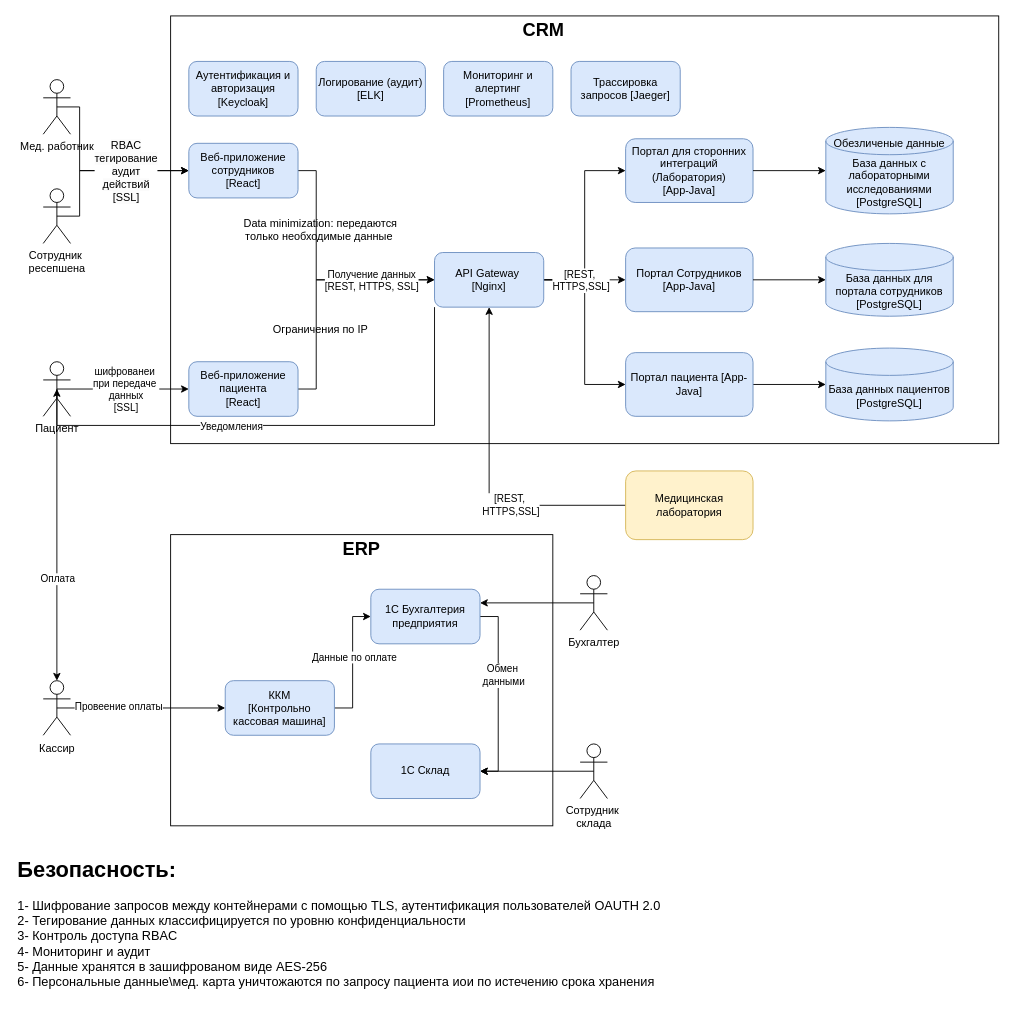
dronmiem/architecture-sprint-10 keeps this draw.io diagram as Exc2/c4 ToBe.drawio. Above is the earlier version. Source tidied: cells renumbered, new cells numbered last; positions are measured from the earlier drawing's top-left corner, leaving out a move shared by most shapes. Both pictures are drawn from the tidied source at 91%, with x=0, y=0 at pixel (15, 15).
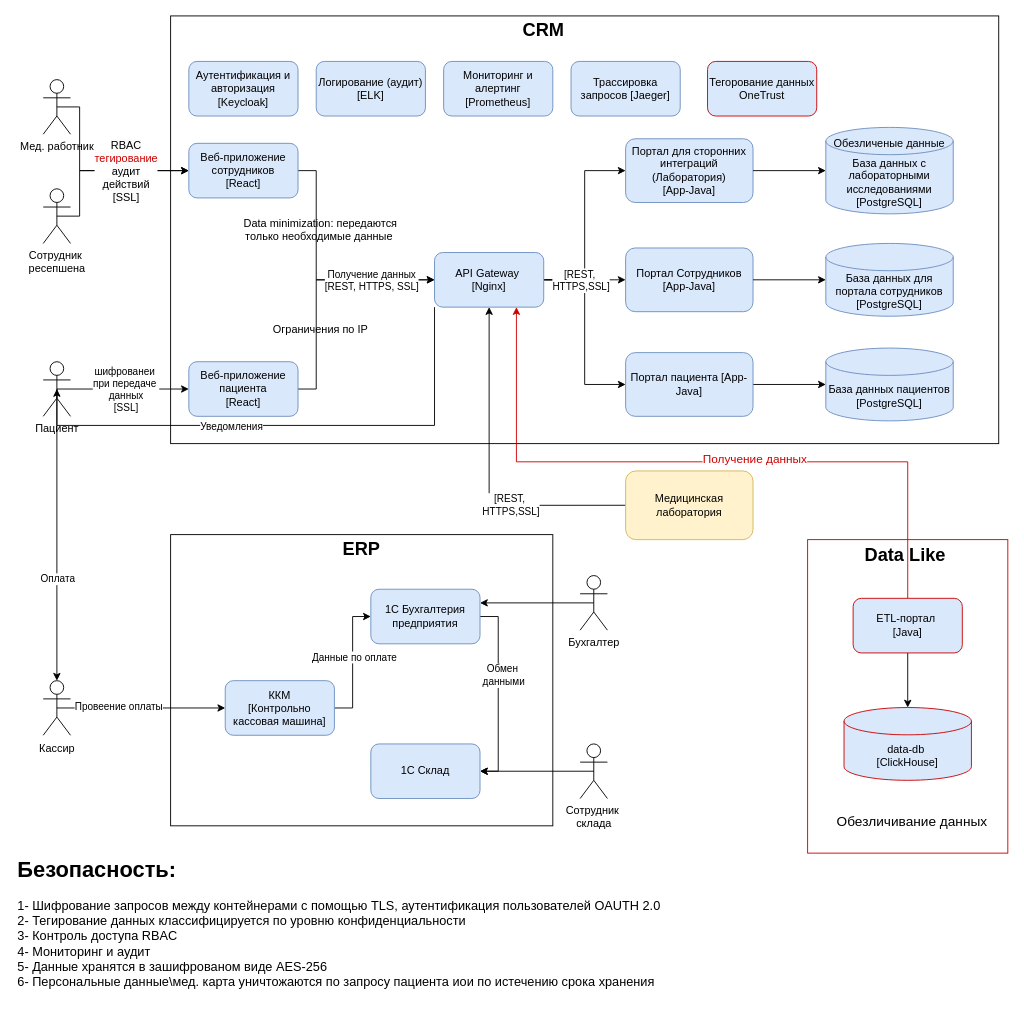
Above is the later version.

Commit message (it also covers changes not shown here):
правки по замечаниям

Unchanged cells that the change refers to:
```xml
<mxCell id="12" style="edgeStyle=orthogonalEdgeStyle;rounded=0;jettySize=auto;html=1;exitX=0.5;exitY=0.5;exitDx=0;exitDy=0;exitPerimeter=0;entryX=0;entryY=0.5;entryDx=0;entryDy=0;" parent="1" edge="1" source="14" target="9">
  <mxGeometry relative="1" as="geometry">
    <Array as="points">
      <mxPoint x="70" y="100" />
      <mxPoint x="70" y="170" />
    </Array>
  </mxGeometry>
</mxCell>
<mxCell id="20" value="API Gateway&amp;nbsp;&lt;div&gt;[Nginx]&lt;/div&gt;" style="rounded=1;whiteSpace=wrap;html=1;fillColor=#dae8fc;strokeColor=#6c8ebf;" parent="1" vertex="1">
  <mxGeometry x="460" y="260" width="120" height="60" as="geometry" />
</mxCell>
```

Diff of the diagram source:
```diff
@@
-    <mxCell id="13" value="&lt;span style=&quot;font-size: 12px; text-wrap: wrap; background-color: rgb(251, 251, 251);&quot;&gt;RBAC&lt;/span&gt;&lt;div&gt;&lt;span style=&quot;font-size: 12px; text-wrap: wrap; background-color: rgb(251, 251, 251);&quot;&gt;тегирование&lt;/span&gt;&lt;/div&gt;&lt;div&gt;&lt;span style=&quot;font-size: 12px; text-wrap: wrap; background-color: rgb(251, 251, 251);&quot;&gt;аудит действий&lt;/span&gt;&lt;/div&gt;&lt;div&gt;&lt;span style=&quot;font-size: 12px; text-wrap: wrap; background-color: rgb(251, 251, 251);&quot;&gt;[SSL]&lt;/span&gt;&lt;/div&gt;" style="edgeLabel;html=1;align=center;verticalAlign=middle;" parent="12" vertex="1">
+    <mxCell id="13" value="&lt;span style=&quot;font-size: 12px; text-wrap: wrap; background-color: rgb(251, 251, 251);&quot;&gt;RBAC&lt;/span&gt;&lt;div&gt;&lt;span style=&quot;font-size: 12px; text-wrap: wrap; background-color: rgb(251, 251, 251);&quot;&gt;&lt;font color=&quot;#cc0000&quot;&gt;тегирование&lt;/font&gt;&lt;/span&gt;&lt;/div&gt;&lt;div&gt;&lt;span style=&quot;font-size: 12px; text-wrap: wrap; background-color: rgb(251, 251, 251);&quot;&gt;аудит действий&lt;/span&gt;&lt;/div&gt;&lt;div&gt;&lt;span style=&quot;font-size: 12px; text-wrap: wrap; background-color: rgb(251, 251, 251);&quot;&gt;[SSL]&lt;/span&gt;&lt;/div&gt;" style="edgeLabel;html=1;align=center;verticalAlign=middle;" parent="12" vertex="1">
       <mxGeometry x="0.26" y="-3" relative="1" as="geometry">
         <mxPoint x="10" y="-3" as="offset" />
       </mxGeometry>
     </mxCell>
@@
+    <mxCell id="62" style="rounded=0;whiteSpace=wrap;html=1;strokeColor=#CC0000;" parent="1" vertex="1">
+      <mxGeometry x="870" y="575.5" width="220" height="344.5" as="geometry" />
+    </mxCell>
+    <mxCell id="63" style="edgeStyle=orthogonalEdgeStyle;rounded=0;jettySize=auto;html=1;exitX=0.5;exitY=1;exitDx=0;exitDy=0;" parent="1" edge="1" source="66" target="67">
+      <mxGeometry relative="1" as="geometry" />
+    </mxCell>
+    <mxCell id="64" style="edgeStyle=orthogonalEdgeStyle;rounded=0;jettySize=auto;html=1;exitX=0.5;exitY=0;exitDx=0;exitDy=0;entryX=0.75;entryY=1;entryDx=0;entryDy=0;fontSize=13;fontColor=#CC0000;strokeColor=#CC0000;" parent="1" edge="1" source="66" target="20">
+      <mxGeometry relative="1" as="geometry">
+        <Array as="points">
+          <mxPoint x="980" y="490" />
+          <mxPoint x="550" y="490" />
+        </Array>
+      </mxGeometry>
+    </mxCell>
+    <mxCell id="65" value="Получение данных" style="edgeLabel;html=1;align=center;verticalAlign=middle;fontSize=13;fontColor=#CC0000;" parent="64" vertex="1">
+      <mxGeometry x="-0.15" y="-4" relative="1" as="geometry" />
+    </mxCell>
+    <mxCell id="66" value="ETL-портал&amp;nbsp;&lt;div&gt;[Java]&lt;/div&gt;" style="rounded=1;whiteSpace=wrap;html=1;fillColor=#dae8fc;strokeColor=#CC0000;" parent="1" vertex="1">
+      <mxGeometry x="920" y="640" width="120" height="60" as="geometry" />
+    </mxCell>
+    <mxCell id="67" value="&lt;div&gt;data-db&amp;nbsp;&lt;/div&gt;&lt;div&gt;[ClickHouse]&lt;br&gt;&lt;/div&gt;" style="shape=cylinder3;whiteSpace=wrap;html=1;boundedLbl=1;backgroundOutline=1;size=15;fillColor=#dae8fc;strokeColor=#CC0000;" parent="1" vertex="1">
+      <mxGeometry x="910" y="760" width="140" height="80" as="geometry" />
+    </mxCell>
+    <mxCell id="68" value="Тегорование данных&lt;div&gt;OneTrust&lt;/div&gt;" style="rounded=1;whiteSpace=wrap;html=1;strokeColor=#CC0000;fillColor=#dae8fc;" parent="1" vertex="1">
+      <mxGeometry x="760" y="50" width="120" height="60" as="geometry" />
+    </mxCell>
+    <mxCell id="69" value="&lt;font style=&quot;font-size: 15px;&quot;&gt;Обезличивание данных&lt;/font&gt;" style="text;html=1;align=center;verticalAlign=middle;whiteSpace=wrap;rounded=0;" parent="1" vertex="1">
+      <mxGeometry x="895" y="870" width="180" height="30" as="geometry" />
+    </mxCell>
+    <mxCell id="70" value="Data Like" style="text;html=1;align=center;verticalAlign=middle;whiteSpace=wrap;rounded=0;fontSize=20;fontStyle=1;" parent="1" vertex="1">
+      <mxGeometry x="930" y="575.5" width="95" height="30" as="geometry" />
+    </mxCell>
```
